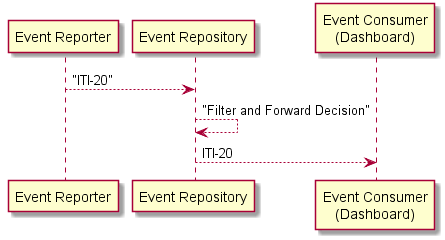
Before: pix-rest-workflow.png, a diagram exported from PlantUML (rjhorn-agfa/SOLE).
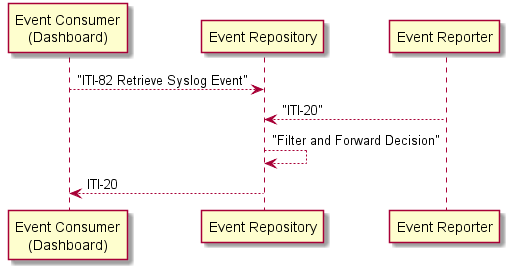
After the change.

The edit, as a diff of the source:
```diff
@@ -1,5 +1,6 @@
 @startuml
 
+"Event Consumer\n(Dashboard)" --> "Event Repository" : "ITI-82 Retrieve Syslog Event"
 "Event Reporter" --> "Event Repository" : "ITI-20"
 "Event Repository" --> "Event Repository" : "Filter and Forward Decision"
 "Event Repository" --> "Event Consumer\n(Dashboard)" : ITI-20
```
